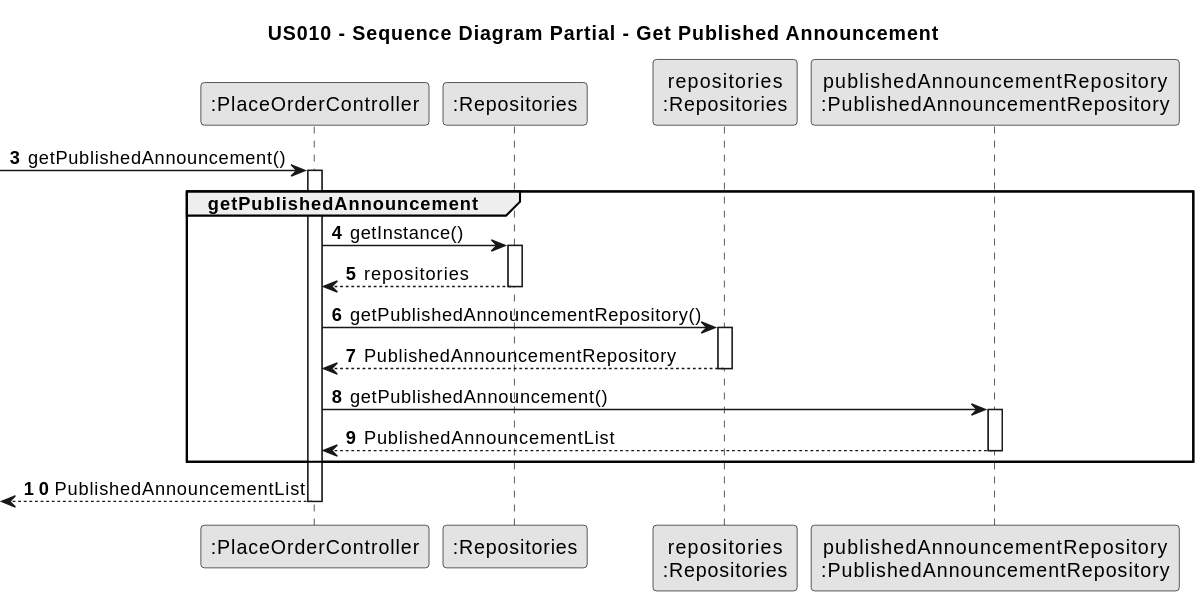
The PlantUML diagram docs/sprintC/US10/03.design/svg/us010-sequence-diagram-partial-getPublishedAnnouncement.svg in PureNimble/ISEP-LAPR2, before a commit.
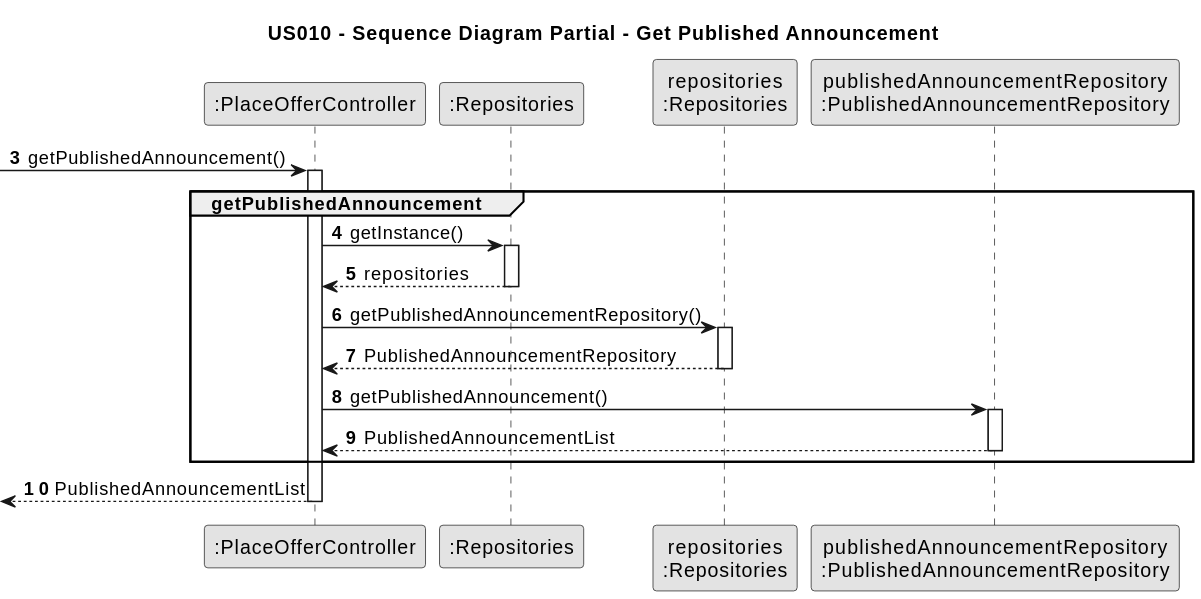
The same diagram one commit later.

Diff of the diagram source:
```diff
@@ -5,7 +5,7 @@
 
 title US010 - Sequence Diagram Partial - Get Published Announcement
 
-participant ":PlaceOrderController" as Controller
+participant ":PlaceOfferController" as Controller
 participant ":Repositories" as RepositorySingleton
 participant "repositories\n:Repositories" as Repositories
 participant "publishedAnnouncementRepository\n:PublishedAnnouncementRepository" as PublishedAnnouncementRepository
```
